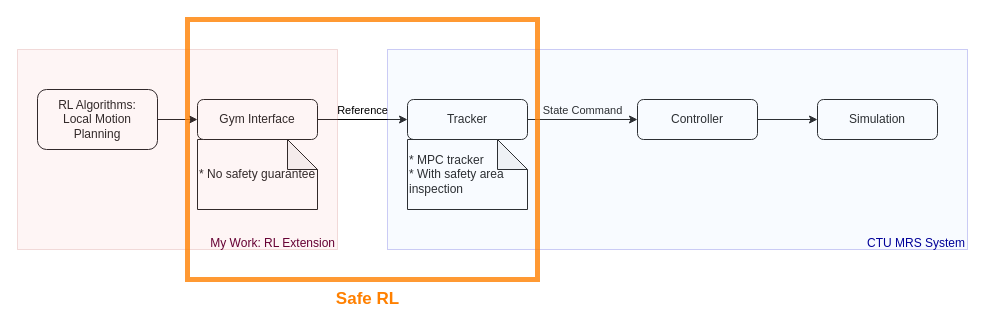
The draw.io diagram Untitled Diagram.drawio in Gaoyuan-Liu/debug, before the edit. Source tidied: cells renumbered, new cells numbered last; positions are measured from the earlier drawing's top-left corner, leaving out a move shared by most shapes. Both pictures are drawn from the tidied source at 100%, with x=0, y=0 at pixel (17, 19).
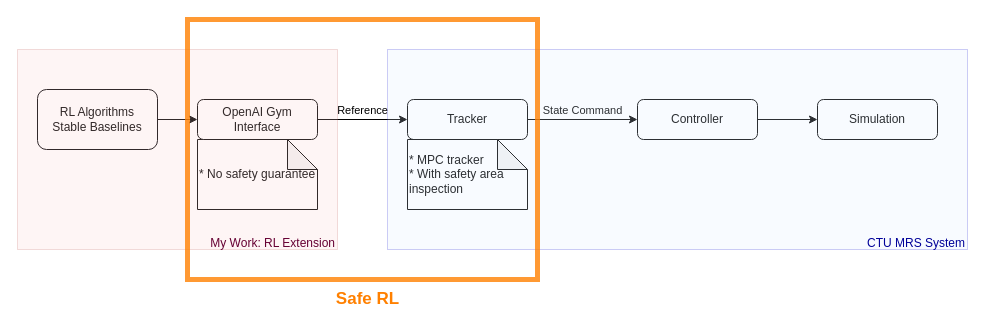
Above is the later version.

Change to the diagram source:
```diff
@@
 <mxGraphModel>
   <root>
     <mxCell id="0" />
     <mxCell id="1" parent="0" />
     <mxCell id="2" value="* No safety guarantee" style="shape=note;whiteSpace=wrap;html=1;backgroundOutline=1;darkOpacity=0.05;align=left;" parent="1" vertex="1">
       <mxGeometry x="180" y="120" width="120" height="70" as="geometry" />
     </mxCell>
     <mxCell id="3" value="Reference" style="edgeStyle=orthogonalEdgeStyle;rounded=0;jettySize=auto;html=1;verticalAlign=bottom;" parent="1" edge="1" source="4" target="6">
       <mxGeometry relative="1" as="geometry" />
     </mxCell>
-    <mxCell id="4" value="Gym Interface" style="rounded=1;whiteSpace=wrap;html=1;fontSize=12;glass=0;strokeWidth=1;shadow=0;" parent="1" vertex="1">
+    <mxCell id="4" value="OpenAI Gym Interface" style="rounded=1;whiteSpace=wrap;html=1;fontSize=12;glass=0;strokeWidth=1;shadow=0;" parent="1" vertex="1">
       <mxGeometry x="180" y="80" width="120" height="40" as="geometry" />
     </mxCell>
     <mxCell id="5" value="State Command" style="edgeStyle=orthogonalEdgeStyle;rounded=0;jettySize=auto;html=1;verticalAlign=bottom;" parent="1" edge="1" source="6" target="8">
       <mxGeometry relative="1" as="geometry" />
     </mxCell>
     <mxCell id="6" value="Tracker" style="rounded=1;whiteSpace=wrap;html=1;fontSize=12;glass=0;strokeWidth=1;shadow=0;" parent="1" vertex="1">
       <mxGeometry x="390" y="80" width="120" height="40" as="geometry" />
     </mxCell>
     <mxCell id="7" style="edgeStyle=orthogonalEdgeStyle;rounded=0;jettySize=auto;html=1;" parent="1" edge="1" source="8" target="9">
       <mxGeometry relative="1" as="geometry" />
     </mxCell>
     <mxCell id="8" value="Controller" style="rounded=1;whiteSpace=wrap;html=1;fontSize=12;glass=0;strokeWidth=1;shadow=0;" parent="1" vertex="1">
       <mxGeometry x="620" y="80" width="120" height="40" as="geometry" />
     </mxCell>
     <mxCell id="9" value="Simulation" style="rounded=1;whiteSpace=wrap;html=1;fontSize=12;glass=0;strokeWidth=1;shadow=0;" parent="1" vertex="1">
       <mxGeometry x="800" y="80" width="120" height="40" as="geometry" />
     </mxCell>
     <mxCell id="10" value="&lt;span&gt;* MPC tracker&lt;/span&gt;&lt;br&gt;&lt;span&gt;* With safety area inspection&lt;/span&gt;" style="shape=note;whiteSpace=wrap;html=1;backgroundOutline=1;darkOpacity=0.05;align=left;" parent="1" vertex="1">
       <mxGeometry x="390" y="120" width="120" height="70" as="geometry" />
     </mxCell>
     <mxCell id="11" value="&lt;blockquote style=&quot;margin: 0px 0px 0px 40px ; border: none ; padding: 0px&quot;&gt;&lt;br&gt;&lt;/blockquote&gt;&lt;blockquote style=&quot;margin: 0px 0px 0px 40px ; border: none ; padding: 0px&quot;&gt;&lt;br&gt;&lt;/blockquote&gt;&lt;blockquote style=&quot;margin: 0px 0px 0px 40px ; border: none ; padding: 0px&quot;&gt;&lt;br&gt;&lt;/blockquote&gt;&lt;blockquote style=&quot;margin: 0px 0px 0px 40px ; border: none ; padding: 0px&quot;&gt;&lt;br&gt;&lt;/blockquote&gt;&lt;blockquote style=&quot;margin: 0px 0px 0px 40px ; border: none ; padding: 0px&quot;&gt;&lt;br&gt;&lt;/blockquote&gt;&lt;blockquote style=&quot;margin: 0px 0px 0px 40px ; border: none ; padding: 0px&quot;&gt;&lt;br&gt;&lt;/blockquote&gt;&lt;blockquote style=&quot;margin: 0px 0px 0px 40px ; border: none ; padding: 0px&quot;&gt;&lt;br&gt;&lt;/blockquote&gt;&lt;blockquote style=&quot;margin: 0px 0px 0px 40px ; border: none ; padding: 0px&quot;&gt;&lt;br&gt;&lt;/blockquote&gt;&lt;blockquote style=&quot;margin: 0px 0px 0px 40px ; border: none ; padding: 0px&quot;&gt;&lt;br&gt;&lt;/blockquote&gt;&lt;blockquote style=&quot;margin: 0px 0px 0px 40px ; border: none ; padding: 0px&quot;&gt;&lt;br&gt;&lt;/blockquote&gt;&lt;blockquote style=&quot;margin: 0px 0px 0px 40px ; border: none ; padding: 0px&quot;&gt;&lt;br&gt;&lt;/blockquote&gt;&lt;blockquote style=&quot;margin: 0px 0px 0px 40px ; border: none ; padding: 0px&quot;&gt;&lt;br&gt;&lt;/blockquote&gt;&lt;blockquote style=&quot;margin: 0px 0px 0px 40px ; border: none ; padding: 0px&quot;&gt;&lt;br&gt;&lt;/blockquote&gt;&lt;blockquote style=&quot;margin: 0px 0px 0px 40px ; border: none ; padding: 0px&quot;&gt;&lt;font color=&quot;#000099&quot;&gt;CTU MRS System&lt;/font&gt;&lt;/blockquote&gt;" style="rounded=0;whiteSpace=wrap;html=1;fillColor=#dae8fc;opacity=20;strokeColor=#0000CC;align=right;" parent="1" vertex="1">
       <mxGeometry x="370" y="30" width="580" height="200" as="geometry" />
     </mxCell>
     <mxCell id="12" style="edgeStyle=orthogonalEdgeStyle;rounded=0;jettySize=auto;html=1;" parent="1" edge="1" source="13" target="4">
       <mxGeometry relative="1" as="geometry" />
     </mxCell>
-    <mxCell id="13" value="RL Algorithms:&lt;br&gt;Local Motion Planning" style="rounded=1;whiteSpace=wrap;html=1;gradientColor=none;strokeColor=#000003;" parent="1" vertex="1">
+    <mxCell id="13" value="RL Algorithms&lt;br&gt;Stable Baselines" style="rounded=1;whiteSpace=wrap;html=1;gradientColor=none;strokeColor=#000003;" parent="1" vertex="1">
       <mxGeometry x="20" y="70" width="120" height="60" as="geometry" />
     </mxCell>
     <mxCell id="14" value="&lt;div&gt;&lt;span&gt;&lt;br&gt;&lt;/span&gt;&lt;/div&gt;&lt;div&gt;&lt;span&gt;&lt;br&gt;&lt;/span&gt;&lt;/div&gt;&lt;div&gt;&lt;span&gt;&lt;br&gt;&lt;/span&gt;&lt;/div&gt;&lt;div&gt;&lt;span&gt;&lt;br&gt;&lt;/span&gt;&lt;/div&gt;&lt;div&gt;&lt;span&gt;&lt;br&gt;&lt;/span&gt;&lt;/div&gt;&lt;div&gt;&lt;span&gt;&lt;br&gt;&lt;/span&gt;&lt;/div&gt;&lt;div&gt;&lt;span&gt;&lt;br&gt;&lt;/span&gt;&lt;/div&gt;&lt;div&gt;&lt;span&gt;&lt;br&gt;&lt;/span&gt;&lt;/div&gt;&lt;div&gt;&lt;span&gt;&lt;br&gt;&lt;/span&gt;&lt;/div&gt;&lt;div&gt;&lt;span&gt;&lt;br&gt;&lt;/span&gt;&lt;/div&gt;&lt;div&gt;&lt;span&gt;&lt;br&gt;&lt;/span&gt;&lt;/div&gt;&lt;div&gt;&lt;span&gt;&lt;br&gt;&lt;/span&gt;&lt;/div&gt;&lt;div&gt;&lt;span&gt;&lt;br&gt;&lt;/span&gt;&lt;/div&gt;&lt;div&gt;&lt;span&gt;&lt;font color=&quot;#660033&quot;&gt;My Work: RL Extension&lt;/font&gt;&lt;/span&gt;&lt;/div&gt;" style="rounded=0;whiteSpace=wrap;html=1;strokeColor=#b85450;opacity=20;fillColor=#f8cecc;align=right;" parent="1" vertex="1">
       <mxGeometry y="30" width="320" height="200" as="geometry" />
     </mxCell>
     <mxCell id="15" style="rounded=0;whiteSpace=wrap;html=1;strokeWidth=5;strokeColor=#FF8000;fillColor=none;opacity=80;" parent="1" vertex="1">
       <mxGeometry x="170" width="350" height="260" as="geometry" />
     </mxCell>
     <mxCell id="16" value="&lt;b&gt;&lt;font style=&quot;font-size: 17px&quot; color=&quot;#ff8000&quot;&gt;Safe RL&lt;/font&gt;&lt;/b&gt;" style="text;html=1;align=center;verticalAlign=middle;" parent="1" vertex="1">
       <mxGeometry x="310" y="270" width="80" height="20" as="geometry" />
     </mxCell>
   </root>
 </mxGraphModel>
```
